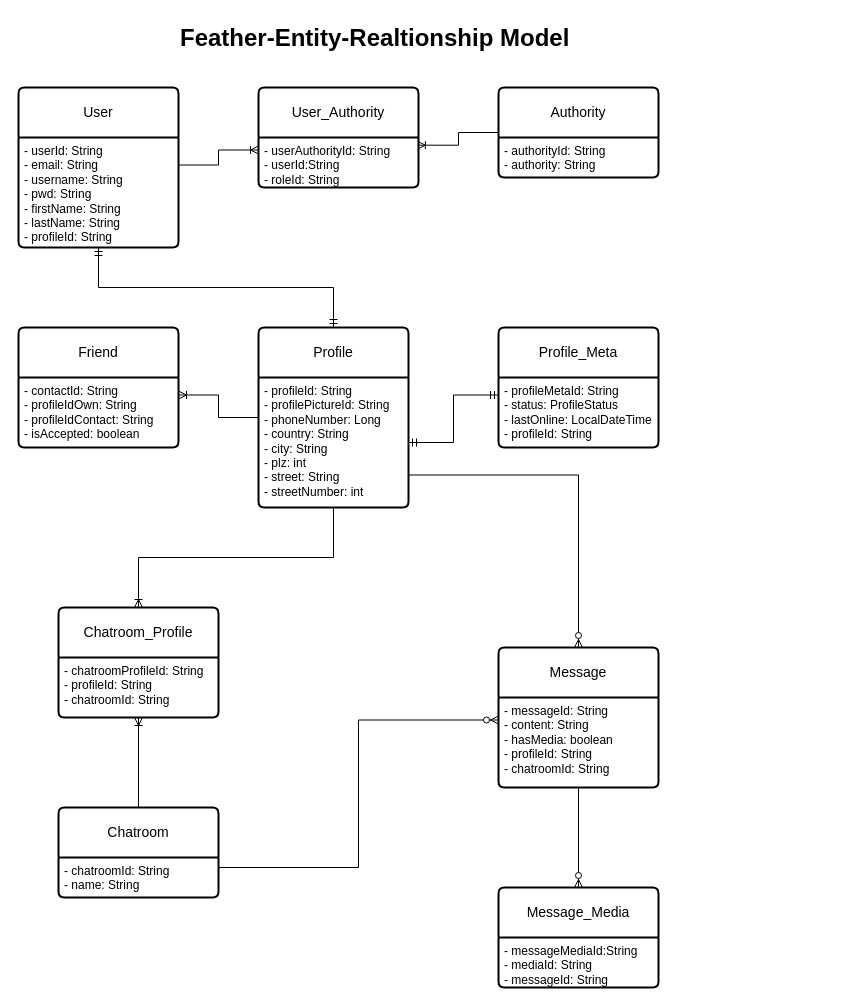
Earlier version of the draw.io diagram Feather-Tables.drawio (soner3/feather). Source tidied: cells renumbered, new cells numbered last; positions are measured from the earlier drawing's top-left corner, leaving out a move shared by most shapes. Both pictures are drawn from the tidied source at 100%, with x=0, y=0 at pixel (18, 17).
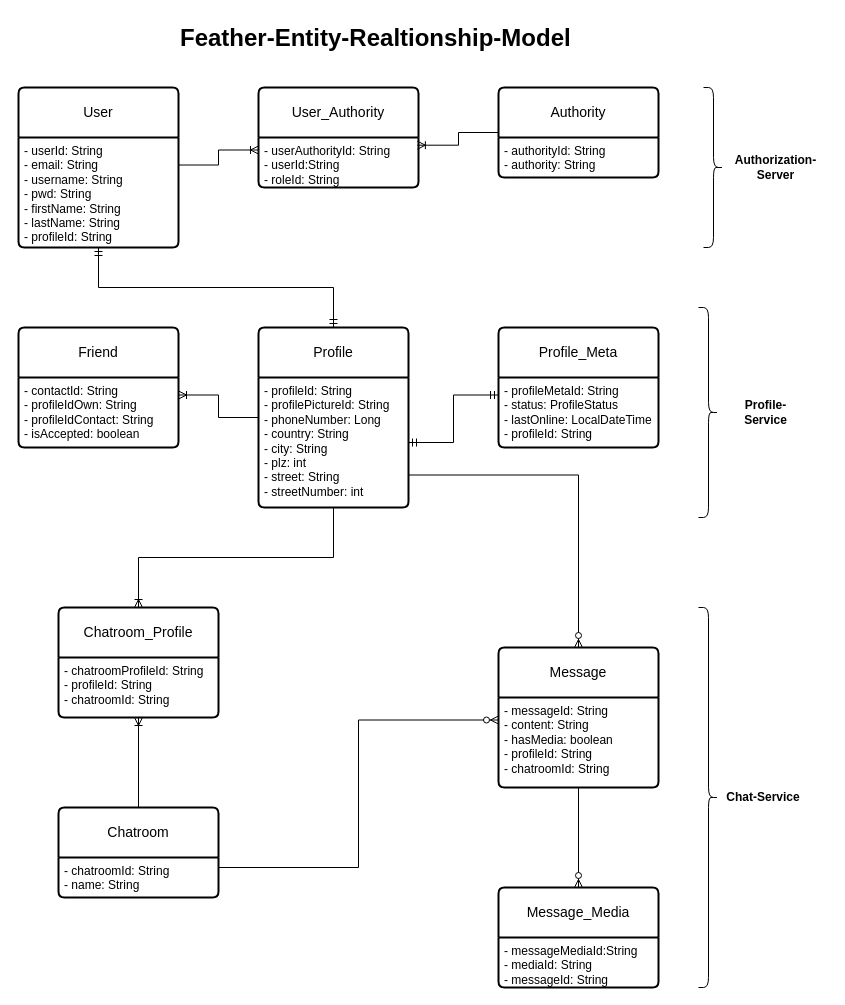
Above is the later version.

What changed in the source:
```diff
@@
-    <mxCell id="16" value="&lt;h1 style=&quot;margin-top: 0px;&quot;&gt;Feather-Entity-Realtionship Model&lt;/h1&gt;" style="text;html=1;whiteSpace=wrap;overflow=hidden;rounded=0;" parent="1" vertex="1">
+    <mxCell id="16" value="&lt;h1 style=&quot;margin-top: 0px;&quot;&gt;Feather-Entity-Realtionship-Model&lt;/h1&gt;" style="text;html=1;whiteSpace=wrap;overflow=hidden;rounded=0;" parent="1" vertex="1">
       <mxGeometry x="160" width="400" height="40" as="geometry" />
     </mxCell>
@@
+    <mxCell id="34" style="shape=curlyBracket;whiteSpace=wrap;html=1;rounded=1;flipH=1;labelPosition=right;verticalLabelPosition=middle;align=left;verticalAlign=middle;" parent="1" vertex="1">
+      <mxGeometry x="680" y="590" width="20" height="380" as="geometry" />
+    </mxCell>
+    <mxCell id="35" value="&lt;b&gt;Chat-Service&lt;/b&gt;" style="text;html=1;align=center;verticalAlign=middle;whiteSpace=wrap;rounded=0;" parent="1" vertex="1">
+      <mxGeometry x="700" y="765" width="90" height="30" as="geometry" />
+    </mxCell>
+    <mxCell id="36" style="shape=curlyBracket;whiteSpace=wrap;html=1;rounded=1;flipH=1;labelPosition=right;verticalLabelPosition=middle;align=left;verticalAlign=middle;" parent="1" vertex="1">
+      <mxGeometry x="680" y="290" width="20" height="210" as="geometry" />
+    </mxCell>
+    <mxCell id="37" value="&lt;b&gt;Profile-Service&lt;/b&gt;" style="text;html=1;align=center;verticalAlign=middle;whiteSpace=wrap;rounded=0;" parent="1" vertex="1">
+      <mxGeometry x="705" y="380" width="85" height="30" as="geometry" />
+    </mxCell>
+    <mxCell id="38" style="shape=curlyBracket;whiteSpace=wrap;html=1;rounded=1;flipH=1;labelPosition=right;verticalLabelPosition=middle;align=left;verticalAlign=middle;" parent="1" vertex="1">
+      <mxGeometry x="685" y="70" width="20" height="160" as="geometry" />
+    </mxCell>
+    <mxCell id="39" value="&lt;b&gt;Authorization-Server&lt;/b&gt;" style="text;html=1;align=center;verticalAlign=middle;whiteSpace=wrap;rounded=0;" parent="1" vertex="1">
+      <mxGeometry x="705" y="135" width="105" height="30" as="geometry" />
+    </mxCell>
```
